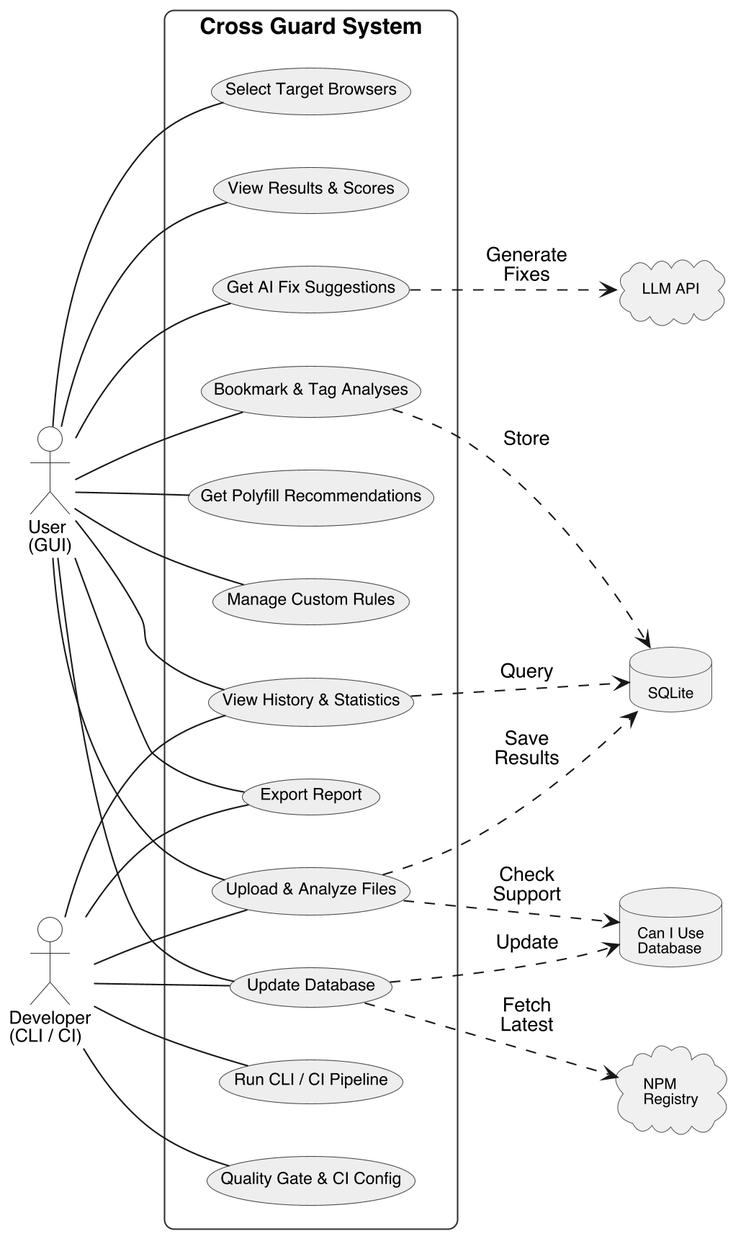
muhammademanaftab/CrossGuard keeps this PlantUML diagram as docs/diagrams/images/usecase.png. Above is the earlier version.
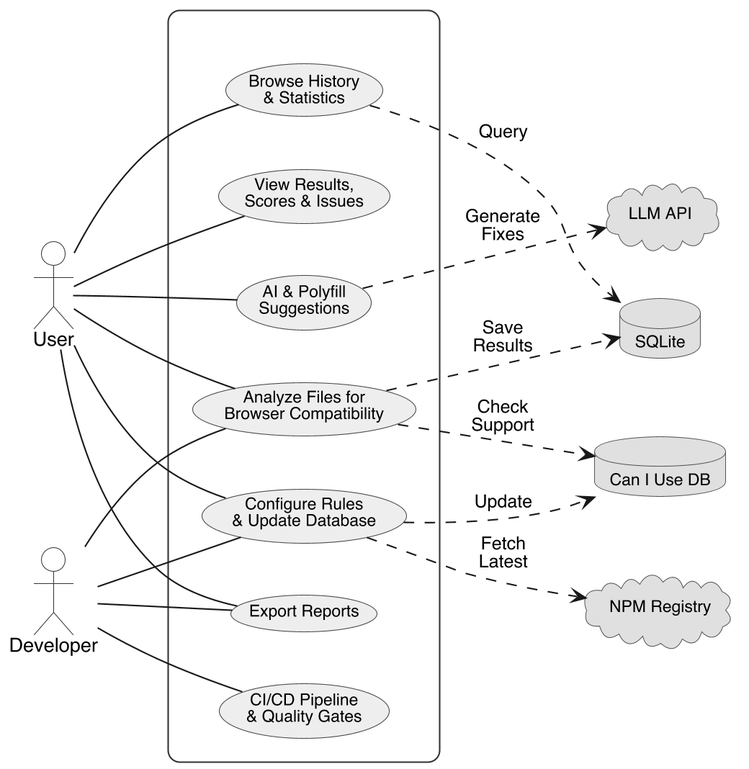
The same file after the commit.

Commit message:
Diagrams improved,, still reifnement remeianing

Change to the diagram source:
```diff
@@ -3,71 +3,64 @@
 skinparam backgroundColor white
 skinparam shadowing false
 skinparam defaultFontName Helvetica
+skinparam defaultFontSize 12
 skinparam dpi 200
-skinparam padding 2
 
 skinparam actor {
     BackgroundColor white
     BorderColor #333333
-    FontSize 12
+    FontSize 13
 }
 
 skinparam usecase {
     BackgroundColor #EEEEEE
     BorderColor #444444
     FontSize 11
+    Padding 10
 }
 
 skinparam rectangle {
     BackgroundColor #FAFAFA
     BorderColor #333333
-    FontSize 15
-    RoundCorner 12
+    FontSize 16
+    RoundCorner 15
     FontStyle bold
 }
 
 skinparam database {
-    BackgroundColor #F0F0F0
+    BackgroundColor #E0E0E0
     BorderColor #555555
-    FontSize 10
+    FontSize 11
 }
 
 skinparam cloud {
-    BackgroundColor #F0F0F0
+    BackgroundColor #E0E0E0
     BorderColor #555555
-    FontSize 10
+    FontSize 11
 }
 
 left to right direction
 
 
-:User\n(GUI): as U
+:User: as U
+:Developer: as D
 
 
-rectangle "Cross Guard System" {
-
-    (Upload & Analyze Files) as UC1
-    (Select Target Browsers) as UC2
-    (View Results & Scores) as UC3
-    (Export Report) as UC4
-    (View History & Statistics) as UC5
-    (Bookmark & Tag Analyses) as UC6
-    (Get AI Fix Suggestions) as UC7
-    (Get Polyfill Recommendations) as UC8
-    (Manage Custom Rules) as UC9
-    (Update Database) as UC10
-    (Run CLI / CI Pipeline) as UC11
-    (Quality Gate & CI Config) as UC12
+rectangle " " {
+    (Analyze Files for\nBrowser Compatibility) as UC1
+    (View Results,\nScores & Issues) as UC2
+    (Export Reports) as UC3
+    (Browse History\n& Statistics) as UC4
+    (AI & Polyfill\nSuggestions) as UC5
+    (Configure Rules\n& Update Database) as UC6
+    (CI/CD Pipeline\n& Quality Gates) as UC7
 }
 
 
-:Developer\n(CLI / CI): as D
-
-
-database "Can I Use\nDatabase" as CIU
 database "SQLite" as SQL
+database "Can I Use DB" as CIU
 cloud "LLM API" as LLM
-cloud "NPM\nRegistry" as NPM
+cloud "NPM Registry" as NPM
 
 
 U -- UC1
@@ -76,26 +69,19 @@
 U -- UC4
 U -- UC5
 U -- UC6
-U -- UC7
-U -- UC8
-U -- UC9
-U -- UC10
 
 
 D -- UC1
-D -- UC4
-D -- UC5
-D -- UC10
-D -- UC11
-D -- UC12
+D -- UC3
+D -- UC6
+D -- UC7
 
 
 UC1 ..> CIU : Check\nSupport
 UC1 ..> SQL : Save\nResults
-UC5 ..> SQL : Query
-UC6 ..> SQL : Store
-UC7 ..> LLM : Generate\nFixes
-UC10 ..> NPM : Fetch\nLatest
-UC10 ..> CIU : Update
+UC4 ..> SQL : Query
+UC5 ..> LLM : Generate\nFixes
+UC6 ..> NPM : Fetch\nLatest
+UC6 ..> CIU : Update
 
 @enduml
```
